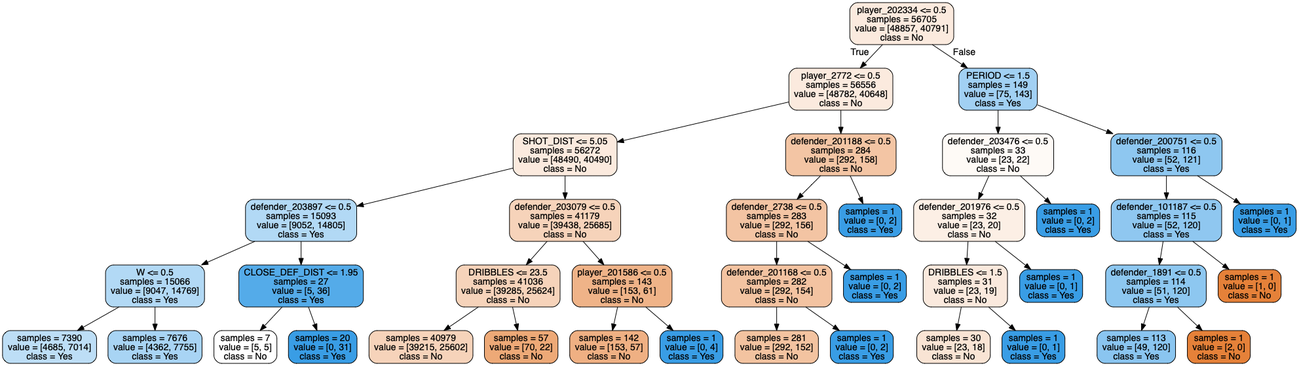
This is forest_tree_new4.png from tianyi5309/303project, a Graphviz export, as it was before one commit. Its source is kept beside it as forest_tree_new4.dot. The source it was exported from:
```dot
digraph Tree {
node [shape=box, style="filled, rounded", color="black", fontname=helvetica] ;
edge [fontname=helvetica] ;
0 [label="player_202334 <= 0.5\nsamples = 56705\nvalue = [48857, 40791]\nclass = No", fillcolor="#fbeade"] ;
1 [label="player_2772 <= 0.5\nsamples = 56556\nvalue = [48782, 40648]\nclass = No", fillcolor="#fbeade"] ;
0 -> 1 [labeldistance=2.5, labelangle=45, headlabel="True"] ;
2 [label="SHOT_DIST <= 5.05\nsamples = 56272\nvalue = [48490, 40490]\nclass = No", fillcolor="#fbeade"] ;
1 -> 2 ;
3 [label="defender_203897 <= 0.5\nsamples = 15093\nvalue = [9052, 14805]\nclass = Yes", fillcolor="#b2d9f5"] ;
2 -> 3 ;
4 [label="W <= 0.5\nsamples = 15066\nvalue = [9047, 14769]\nclass = Yes", fillcolor="#b2d9f5"] ;
3 -> 4 ;
5 [label="samples = 7390\nvalue = [4685, 7014]\nclass = Yes", fillcolor="#bddef6"] ;
4 -> 5 ;
6 [label="samples = 7676\nvalue = [4362, 7755]\nclass = Yes", fillcolor="#a8d4f4"] ;
4 -> 6 ;
7 [label="CLOSE_DEF_DIST <= 1.95\nsamples = 27\nvalue = [5, 36]\nclass = Yes", fillcolor="#54abe9"] ;
3 -> 7 ;
8 [label="samples = 7\nvalue = [5, 5]\nclass = No", fillcolor="#ffffff"] ;
7 -> 8 ;
9 [label="samples = 20\nvalue = [0, 31]\nclass = Yes", fillcolor="#399de5"] ;
7 -> 9 ;
10 [label="defender_203079 <= 0.5\nsamples = 41179\nvalue = [39438, 25685]\nclass = No", fillcolor="#f6d3ba"] ;
2 -> 10 ;
11 [label="DRIBBLES <= 23.5\nsamples = 41036\nvalue = [39285, 25624]\nclass = No", fillcolor="#f6d3ba"] ;
10 -> 11 ;
12 [label="samples = 40979\nvalue = [39215, 25602]\nclass = No", fillcolor="#f6d3ba"] ;
11 -> 12 ;
13 [label="samples = 57\nvalue = [70, 22]\nclass = No", fillcolor="#eda977"] ;
11 -> 13 ;
14 [label="player_201586 <= 0.5\nsamples = 143\nvalue = [153, 61]\nclass = No", fillcolor="#efb388"] ;
10 -> 14 ;
15 [label="samples = 142\nvalue = [153, 57]\nclass = No", fillcolor="#efb083"] ;
14 -> 15 ;
16 [label="samples = 1\nvalue = [0, 4]\nclass = Yes", fillcolor="#399de5"] ;
14 -> 16 ;
17 [label="defender_201188 <= 0.5\nsamples = 284\nvalue = [292, 158]\nclass = No", fillcolor="#f3c5a4"] ;
1 -> 17 ;
18 [label="defender_2738 <= 0.5\nsamples = 283\nvalue = [292, 156]\nclass = No", fillcolor="#f3c4a3"] ;
17 -> 18 ;
19 [label="defender_201168 <= 0.5\nsamples = 282\nvalue = [292, 154]\nclass = No", fillcolor="#f3c3a1"] ;
18 -> 19 ;
20 [label="samples = 281\nvalue = [292, 152]\nclass = No", fillcolor="#f3c3a0"] ;
19 -> 20 ;
21 [label="samples = 1\nvalue = [0, 2]\nclass = Yes", fillcolor="#399de5"] ;
19 -> 21 ;
22 [label="samples = 1\nvalue = [0, 2]\nclass = Yes", fillcolor="#399de5"] ;
18 -> 22 ;
23 [label="samples = 1\nvalue = [0, 2]\nclass = Yes", fillcolor="#399de5"] ;
17 -> 23 ;
24 [label="PERIOD <= 1.5\nsamples = 149\nvalue = [75, 143]\nclass = Yes", fillcolor="#a1d0f3"] ;
0 -> 24 [labeldistance=2.5, labelangle=-45, headlabel="False"] ;
25 [label="defender_203476 <= 0.5\nsamples = 33\nvalue = [23, 22]\nclass = No", fillcolor="#fefaf6"] ;
24 -> 25 ;
26 [label="defender_201976 <= 0.5\nsamples = 32\nvalue = [23, 20]\nclass = No", fillcolor="#fcefe5"] ;
25 -> 26 ;
27 [label="DRIBBLES <= 1.5\nsamples = 31\nvalue = [23, 19]\nclass = No", fillcolor="#fae9dd"] ;
26 -> 27 ;
28 [label="samples = 30\nvalue = [23, 18]\nclass = No", fillcolor="#f9e4d4"] ;
27 -> 28 ;
29 [label="samples = 1\nvalue = [0, 1]\nclass = Yes", fillcolor="#399de5"] ;
27 -> 29 ;
30 [label="samples = 1\nvalue = [0, 1]\nclass = Yes", fillcolor="#399de5"] ;
26 -> 30 ;
31 [label="samples = 1\nvalue = [0, 2]\nclass = Yes", fillcolor="#399de5"] ;
25 -> 31 ;
32 [label="defender_200751 <= 0.5\nsamples = 116\nvalue = [52, 121]\nclass = Yes", fillcolor="#8ec7f0"] ;
24 -> 32 ;
33 [label="defender_101187 <= 0.5\nsamples = 115\nvalue = [52, 120]\nclass = Yes", fillcolor="#8fc7f0"] ;
32 -> 33 ;
34 [label="defender_1891 <= 0.5\nsamples = 114\nvalue = [51, 120]\nclass = Yes", fillcolor="#8dc7f0"] ;
33 -> 34 ;
35 [label="samples = 113\nvalue = [49, 120]\nclass = Yes", fillcolor="#8ac5f0"] ;
34 -> 35 ;
36 [label="samples = 1\nvalue = [2, 0]\nclass = No", fillcolor="#e58139"] ;
34 -> 36 ;
37 [label="samples = 1\nvalue = [1, 0]\nclass = No", fillcolor="#e58139"] ;
33 -> 37 ;
38 [label="samples = 1\nvalue = [0, 1]\nclass = Yes", fillcolor="#399de5"] ;
32 -> 38 ;
}
```
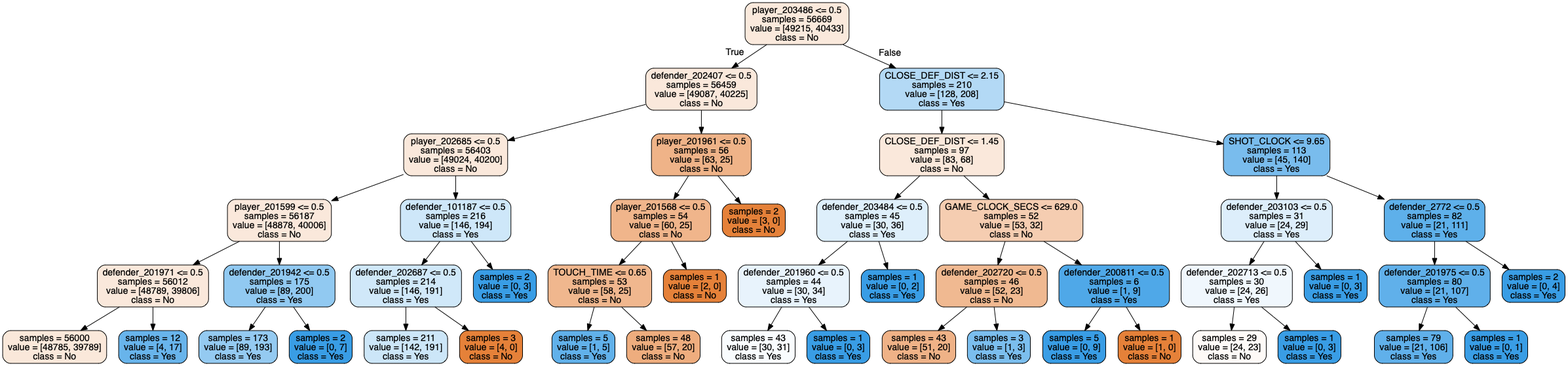
The same file after the commit.

What changed in the source:
```diff
@@ -1,81 +1,97 @@
 digraph Tree {
 node [shape=box, style="filled, rounded", color="black", fontname=helvetica] ;
 edge [fontname=helvetica] ;
-0 [label="player_202334 <= 0.5\nsamples = 56705\nvalue = [48857, 40791]\nclass = No", fillcolor="#fbeade"] ;
-1 [label="player_2772 <= 0.5\nsamples = 56556\nvalue = [48782, 40648]\nclass = No", fillcolor="#fbeade"] ;
+0 [label="player_203486 <= 0.5\nsamples = 56669\nvalue = [49215, 40433]\nclass = No", fillcolor="#fae9dc"] ;
+1 [label="defender_202407 <= 0.5\nsamples = 56459\nvalue = [49087, 40225]\nclass = No", fillcolor="#fae8db"] ;
 0 -> 1 [labeldistance=2.5, labelangle=45, headlabel="True"] ;
-2 [label="SHOT_DIST <= 5.05\nsamples = 56272\nvalue = [48490, 40490]\nclass = No", fillcolor="#fbeade"] ;
+2 [label="player_202685 <= 0.5\nsamples = 56403\nvalue = [49024, 40200]\nclass = No", fillcolor="#fae8db"] ;
 1 -> 2 ;
-3 [label="defender_203897 <= 0.5\nsamples = 15093\nvalue = [9052, 14805]\nclass = Yes", fillcolor="#b2d9f5"] ;
+3 [label="player_201599 <= 0.5\nsamples = 56187\nvalue = [48878, 40006]\nclass = No", fillcolor="#fae8db"] ;
 2 -> 3 ;
-4 [label="W <= 0.5\nsamples = 15066\nvalue = [9047, 14769]\nclass = Yes", fillcolor="#b2d9f5"] ;
+4 [label="defender_201971 <= 0.5\nsamples = 56012\nvalue = [48789, 39806]\nclass = No", fillcolor="#fae8db"] ;
 3 -> 4 ;
-5 [label="samples = 7390\nvalue = [4685, 7014]\nclass = Yes", fillcolor="#bddef6"] ;
+5 [label="samples = 56000\nvalue = [48785, 39789]\nclass = No", fillcolor="#fae8da"] ;
 4 -> 5 ;
-6 [label="samples = 7676\nvalue = [4362, 7755]\nclass = Yes", fillcolor="#a8d4f4"] ;
+6 [label="samples = 12\nvalue = [4, 17]\nclass = Yes", fillcolor="#68b4eb"] ;
 4 -> 6 ;
-7 [label="CLOSE_DEF_DIST <= 1.95\nsamples = 27\nvalue = [5, 36]\nclass = Yes", fillcolor="#54abe9"] ;
+7 [label="defender_201942 <= 0.5\nsamples = 175\nvalue = [89, 200]\nclass = Yes", fillcolor="#91c9f1"] ;
 3 -> 7 ;
-8 [label="samples = 7\nvalue = [5, 5]\nclass = No", fillcolor="#ffffff"] ;
+8 [label="samples = 173\nvalue = [89, 193]\nclass = Yes", fillcolor="#94caf1"] ;
 7 -> 8 ;
-9 [label="samples = 20\nvalue = [0, 31]\nclass = Yes", fillcolor="#399de5"] ;
+9 [label="samples = 2\nvalue = [0, 7]\nclass = Yes", fillcolor="#399de5"] ;
 7 -> 9 ;
-10 [label="defender_203079 <= 0.5\nsamples = 41179\nvalue = [39438, 25685]\nclass = No", fillcolor="#f6d3ba"] ;
+10 [label="defender_101187 <= 0.5\nsamples = 216\nvalue = [146, 194]\nclass = Yes", fillcolor="#cee7f9"] ;
 2 -> 10 ;
-11 [label="DRIBBLES <= 23.5\nsamples = 41036\nvalue = [39285, 25624]\nclass = No", fillcolor="#f6d3ba"] ;
+11 [label="defender_202687 <= 0.5\nsamples = 214\nvalue = [146, 191]\nclass = Yes", fillcolor="#d0e8f9"] ;
 10 -> 11 ;
-12 [label="samples = 40979\nvalue = [39215, 25602]\nclass = No", fillcolor="#f6d3ba"] ;
+12 [label="samples = 211\nvalue = [142, 191]\nclass = Yes", fillcolor="#cce6f8"] ;
 11 -> 12 ;
-13 [label="samples = 57\nvalue = [70, 22]\nclass = No", fillcolor="#eda977"] ;
+13 [label="samples = 3\nvalue = [4, 0]\nclass = No", fillcolor="#e58139"] ;
 11 -> 13 ;
-14 [label="player_201586 <= 0.5\nsamples = 143\nvalue = [153, 61]\nclass = No", fillcolor="#efb388"] ;
+14 [label="samples = 2\nvalue = [0, 3]\nclass = Yes", fillcolor="#399de5"] ;
 10 -> 14 ;
-15 [label="samples = 142\nvalue = [153, 57]\nclass = No", fillcolor="#efb083"] ;
-14 -> 15 ;
-16 [label="samples = 1\nvalue = [0, 4]\nclass = Yes", fillcolor="#399de5"] ;
-14 -> 16 ;
-17 [label="defender_201188 <= 0.5\nsamples = 284\nvalue = [292, 158]\nclass = No", fillcolor="#f3c5a4"] ;
-1 -> 17 ;
-18 [label="defender_2738 <= 0.5\nsamples = 283\nvalue = [292, 156]\nclass = No", fillcolor="#f3c4a3"] ;
+15 [label="player_201961 <= 0.5\nsamples = 56\nvalue = [63, 25]\nclass = No", fillcolor="#efb388"] ;
+1 -> 15 ;
+16 [label="player_201568 <= 0.5\nsamples = 54\nvalue = [60, 25]\nclass = No", fillcolor="#f0b58b"] ;
+15 -> 16 ;
+17 [label="TOUCH_TIME <= 0.65\nsamples = 53\nvalue = [58, 25]\nclass = No", fillcolor="#f0b78e"] ;
+16 -> 17 ;
+18 [label="samples = 5\nvalue = [1, 5]\nclass = Yes", fillcolor="#61b1ea"] ;
 17 -> 18 ;
-19 [label="defender_201168 <= 0.5\nsamples = 282\nvalue = [292, 154]\nclass = No", fillcolor="#f3c3a1"] ;
-18 -> 19 ;
-20 [label="samples = 281\nvalue = [292, 152]\nclass = No", fillcolor="#f3c3a0"] ;
-19 -> 20 ;
-21 [label="samples = 1\nvalue = [0, 2]\nclass = Yes", fillcolor="#399de5"] ;
-19 -> 21 ;
-22 [label="samples = 1\nvalue = [0, 2]\nclass = Yes", fillcolor="#399de5"] ;
-18 -> 22 ;
-23 [label="samples = 1\nvalue = [0, 2]\nclass = Yes", fillcolor="#399de5"] ;
-17 -> 23 ;
-24 [label="PERIOD <= 1.5\nsamples = 149\nvalue = [75, 143]\nclass = Yes", fillcolor="#a1d0f3"] ;
-0 -> 24 [labeldistance=2.5, labelangle=-45, headlabel="False"] ;
-25 [label="defender_203476 <= 0.5\nsamples = 33\nvalue = [23, 22]\nclass = No", fillcolor="#fefaf6"] ;
+19 [label="samples = 48\nvalue = [57, 20]\nclass = No", fillcolor="#eead7e"] ;
+17 -> 19 ;
+20 [label="samples = 1\nvalue = [2, 0]\nclass = No", fillcolor="#e58139"] ;
+16 -> 20 ;
+21 [label="samples = 2\nvalue = [3, 0]\nclass = No", fillcolor="#e58139"] ;
+15 -> 21 ;
+22 [label="CLOSE_DEF_DIST <= 2.15\nsamples = 210\nvalue = [128, 208]\nclass = Yes", fillcolor="#b3d9f5"] ;
+0 -> 22 [labeldistance=2.5, labelangle=-45, headlabel="False"] ;
+23 [label="CLOSE_DEF_DIST <= 1.45\nsamples = 97\nvalue = [83, 68]\nclass = No", fillcolor="#fae8db"] ;
+22 -> 23 ;
+24 [label="defender_203484 <= 0.5\nsamples = 45\nvalue = [30, 36]\nclass = Yes", fillcolor="#deeffb"] ;
+23 -> 24 ;
+25 [label="defender_201960 <= 0.5\nsamples = 44\nvalue = [30, 34]\nclass = Yes", fillcolor="#e8f3fc"] ;
 24 -> 25 ;
-26 [label="defender_201976 <= 0.5\nsamples = 32\nvalue = [23, 20]\nclass = No", fillcolor="#fcefe5"] ;
+26 [label="samples = 43\nvalue = [30, 31]\nclass = Yes", fillcolor="#f9fcfe"] ;
 25 -> 26 ;
-27 [label="DRIBBLES <= 1.5\nsamples = 31\nvalue = [23, 19]\nclass = No", fillcolor="#fae9dd"] ;
-26 -> 27 ;
-28 [label="samples = 30\nvalue = [23, 18]\nclass = No", fillcolor="#f9e4d4"] ;
-27 -> 28 ;
-29 [label="samples = 1\nvalue = [0, 1]\nclass = Yes", fillcolor="#399de5"] ;
-27 -> 29 ;
-30 [label="samples = 1\nvalue = [0, 1]\nclass = Yes", fillcolor="#399de5"] ;
-26 -> 30 ;
-31 [label="samples = 1\nvalue = [0, 2]\nclass = Yes", fillcolor="#399de5"] ;
-25 -> 31 ;
-32 [label="defender_200751 <= 0.5\nsamples = 116\nvalue = [52, 121]\nclass = Yes", fillcolor="#8ec7f0"] ;
-24 -> 32 ;
-33 [label="defender_101187 <= 0.5\nsamples = 115\nvalue = [52, 120]\nclass = Yes", fillcolor="#8fc7f0"] ;
-32 -> 33 ;
-34 [label="defender_1891 <= 0.5\nsamples = 114\nvalue = [51, 120]\nclass = Yes", fillcolor="#8dc7f0"] ;
+27 [label="samples = 1\nvalue = [0, 3]\nclass = Yes", fillcolor="#399de5"] ;
+25 -> 27 ;
+28 [label="samples = 1\nvalue = [0, 2]\nclass = Yes", fillcolor="#399de5"] ;
+24 -> 28 ;
+29 [label="GAME_CLOCK_SECS <= 629.0\nsamples = 52\nvalue = [53, 32]\nclass = No", fillcolor="#f5cdb1"] ;
+23 -> 29 ;
+30 [label="defender_202720 <= 0.5\nsamples = 46\nvalue = [52, 23]\nclass = No", fillcolor="#f0b991"] ;
+29 -> 30 ;
+31 [label="samples = 43\nvalue = [51, 20]\nclass = No", fillcolor="#efb287"] ;
+30 -> 31 ;
+32 [label="samples = 3\nvalue = [1, 3]\nclass = Yes", fillcolor="#7bbeee"] ;
+30 -> 32 ;
+33 [label="defender_200811 <= 0.5\nsamples = 6\nvalue = [1, 9]\nclass = Yes", fillcolor="#4fa8e8"] ;
+29 -> 33 ;
+34 [label="samples = 5\nvalue = [0, 9]\nclass = Yes", fillcolor="#399de5"] ;
 33 -> 34 ;
-35 [label="samples = 113\nvalue = [49, 120]\nclass = Yes", fillcolor="#8ac5f0"] ;
-34 -> 35 ;
-36 [label="samples = 1\nvalue = [2, 0]\nclass = No", fillcolor="#e58139"] ;
-34 -> 36 ;
-37 [label="samples = 1\nvalue = [1, 0]\nclass = No", fillcolor="#e58139"] ;
-33 -> 37 ;
-38 [label="samples = 1\nvalue = [0, 1]\nclass = Yes", fillcolor="#399de5"] ;
-32 -> 38 ;
+35 [label="samples = 1\nvalue = [1, 0]\nclass = No", fillcolor="#e58139"] ;
+33 -> 35 ;
+36 [label="SHOT_CLOCK <= 9.65\nsamples = 113\nvalue = [45, 140]\nclass = Yes", fillcolor="#79bced"] ;
+22 -> 36 ;
+37 [label="defender_203103 <= 0.5\nsamples = 31\nvalue = [24, 29]\nclass = Yes", fillcolor="#ddeefb"] ;
+36 -> 37 ;
+38 [label="defender_202713 <= 0.5\nsamples = 30\nvalue = [24, 26]\nclass = Yes", fillcolor="#f0f7fd"] ;
+37 -> 38 ;
+39 [label="samples = 29\nvalue = [24, 23]\nclass = No", fillcolor="#fefaf7"] ;
+38 -> 39 ;
+40 [label="samples = 1\nvalue = [0, 3]\nclass = Yes", fillcolor="#399de5"] ;
+38 -> 40 ;
+41 [label="samples = 1\nvalue = [0, 3]\nclass = Yes", fillcolor="#399de5"] ;
+37 -> 41 ;
+42 [label="defender_2772 <= 0.5\nsamples = 82\nvalue = [21, 111]\nclass = Yes", fillcolor="#5eb0ea"] ;
+36 -> 42 ;
+43 [label="defender_201975 <= 0.5\nsamples = 80\nvalue = [21, 107]\nclass = Yes", fillcolor="#60b0ea"] ;
+42 -> 43 ;
+44 [label="samples = 79\nvalue = [21, 106]\nclass = Yes", fillcolor="#60b0ea"] ;
+43 -> 44 ;
+45 [label="samples = 1\nvalue = [0, 1]\nclass = Yes", fillcolor="#399de5"] ;
+43 -> 45 ;
+46 [label="samples = 2\nvalue = [0, 4]\nclass = Yes", fillcolor="#399de5"] ;
+42 -> 46 ;
 }
```
